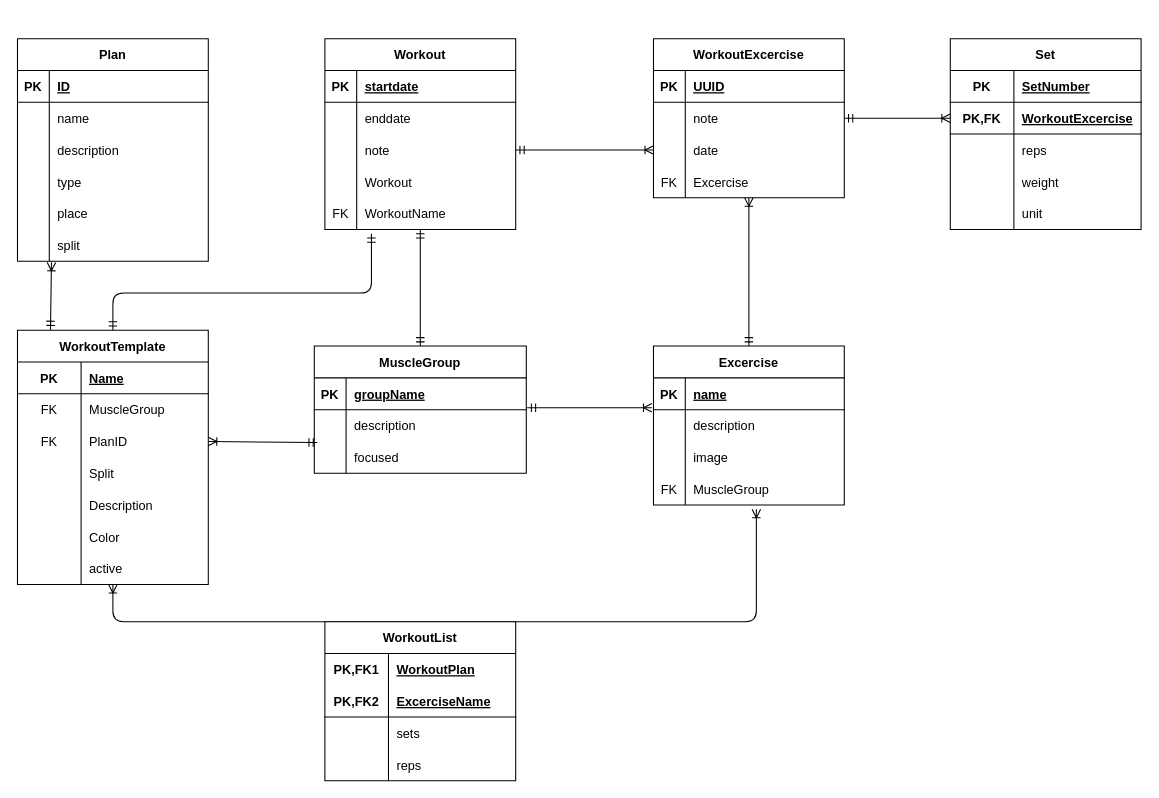
Patsch36/SweatFlix keeps this draw.io diagram as documentation/erm.drawio. Above is the earlier version. Source tidied: cells renumbered, new cells numbered last; positions are measured from the earlier drawing's top-left corner, leaving out a move shared by most shapes. Both pictures are drawn from the tidied source at 106%, with x=0, y=0 at pixel (17, 38).
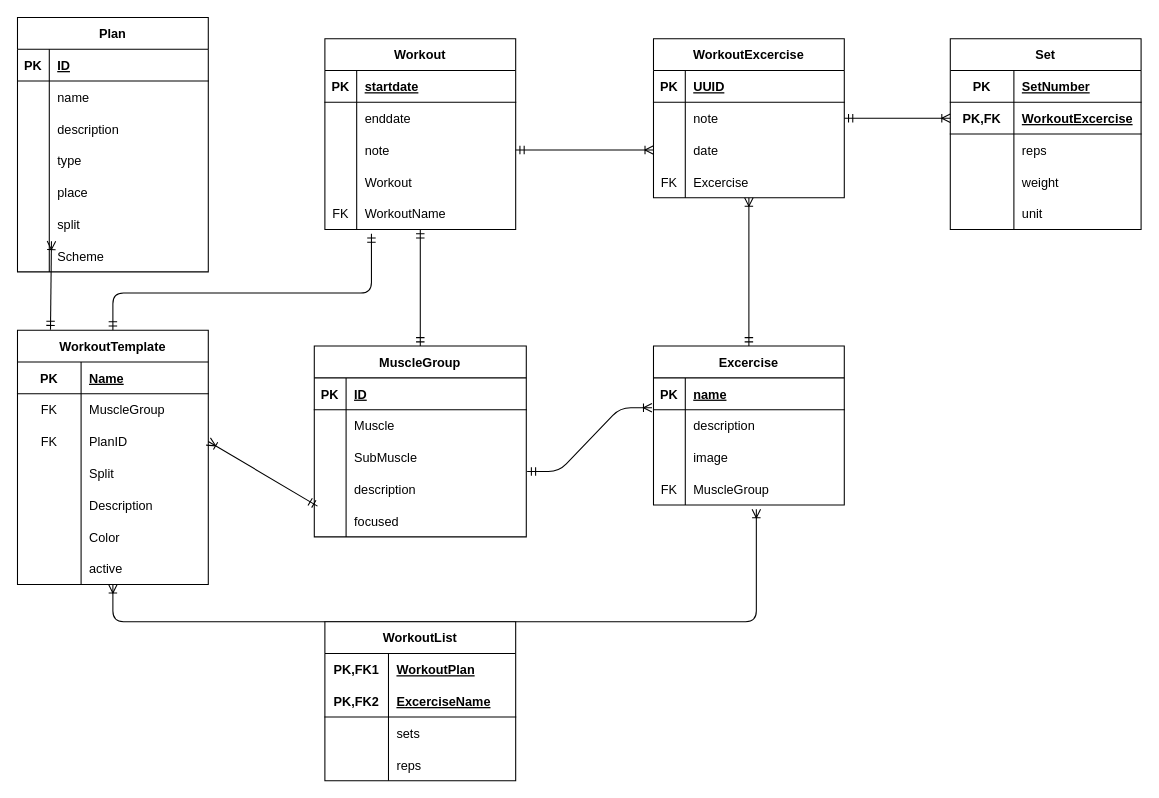
After the change.

The change refers to these unchanged cells:
```xml
<mxCell id="41" style="shape=tableRow;horizontal=0;startSize=0;swimlaneHead=0;swimlaneBody=0;fillColor=none;top=0;left=0;right=0;bottom=1;" parent="40" vertex="1">
  <mxGeometry y="30" width="200" height="30" as="geometry" />
</mxCell>
```

The edit, as a diff of the source:
```diff
@@
     <mxCell id="4" value="Plan" style="shape=table;startSize=30;childLayout=tableLayout;rowLines=0;fontStyle=1;align=center;" parent="1" vertex="1">
-      <mxGeometry width="180" height="210" as="geometry" />
+      <mxGeometry y="-20" width="180" height="240" as="geometry" />
     </mxCell>
@@
+    <mxCell id="135" style="shape=tableRow;horizontal=0;startSize=0;swimlaneHead=0;swimlaneBody=0;fillColor=none;top=0;left=0;right=0;bottom=0;" parent="4" vertex="1">
+      <mxGeometry y="210" width="180" height="30" as="geometry" />
+    </mxCell>
+    <mxCell id="136" style="shape=partialRectangle;fillColor=none;top=0;left=0;bottom=0;right=0;overflow=hidden;" parent="135" vertex="1">
+      <mxGeometry width="30" height="30" as="geometry" />
+    </mxCell>
+    <mxCell id="137" value="Scheme" style="shape=partialRectangle;fillColor=none;top=0;left=0;bottom=0;right=0;align=left;spacingLeft=6;overflow=hidden;" parent="135" vertex="1">
+      <mxGeometry x="30" width="150" height="30" as="geometry" />
+    </mxCell>
@@
     <mxCell id="40" value="MuscleGroup" style="shape=table;startSize=30;childLayout=tableLayout;rowLines=0;fontStyle=1;align=center;" parent="1" vertex="1">
-      <mxGeometry x="280" y="290" width="200" height="120" as="geometry" />
+      <mxGeometry x="280" y="290" width="200" height="180" as="geometry" />
     </mxCell>
@@
-    <mxCell id="43" value="groupName" style="shape=partialRectangle;fillColor=none;top=0;left=0;bottom=0;right=0;align=left;spacingLeft=6;fontStyle=5;overflow=hidden;" parent="41" vertex="1">
+    <mxCell id="43" value="ID" style="shape=partialRectangle;fillColor=none;top=0;left=0;bottom=0;right=0;align=left;spacingLeft=6;fontStyle=5;overflow=hidden;" parent="41" vertex="1">
       <mxGeometry x="30" width="170" height="30" as="geometry" />
     </mxCell>
+    <mxCell id="138" style="shape=tableRow;horizontal=0;startSize=0;swimlaneHead=0;swimlaneBody=0;fillColor=none;top=0;left=0;right=0;bottom=0;" parent="40" vertex="1">
+      <mxGeometry y="60" width="200" height="30" as="geometry" />
+    </mxCell>
+    <mxCell id="139" style="shape=partialRectangle;fillColor=none;top=0;left=0;bottom=0;right=0;overflow=hidden;" parent="138" vertex="1">
+      <mxGeometry width="30" height="30" as="geometry" />
+    </mxCell>
+    <mxCell id="140" value="Muscle" style="shape=partialRectangle;fillColor=none;top=0;left=0;bottom=0;right=0;align=left;spacingLeft=6;overflow=hidden;" parent="138" vertex="1">
+      <mxGeometry x="30" width="170" height="30" as="geometry" />
+    </mxCell>
+    <mxCell id="141" style="shape=tableRow;horizontal=0;startSize=0;swimlaneHead=0;swimlaneBody=0;fillColor=none;top=0;left=0;right=0;bottom=0;" parent="40" vertex="1">
+      <mxGeometry y="90" width="200" height="30" as="geometry" />
+    </mxCell>
+    <mxCell id="142" style="shape=partialRectangle;fillColor=none;top=0;left=0;bottom=0;right=0;overflow=hidden;" parent="141" vertex="1">
+      <mxGeometry width="30" height="30" as="geometry" />
+    </mxCell>
+    <mxCell id="143" value="SubMuscle" style="shape=partialRectangle;fillColor=none;top=0;left=0;bottom=0;right=0;align=left;spacingLeft=6;overflow=hidden;" parent="141" vertex="1">
+      <mxGeometry x="30" width="170" height="30" as="geometry" />
+    </mxCell>
     <mxCell id="44" style="shape=tableRow;horizontal=0;startSize=0;swimlaneHead=0;swimlaneBody=0;fillColor=none;points=[[0,0.5],[1,0.5]];portConstraint=eastwest;top=0;left=0;right=0;bottom=0;" parent="40" vertex="1">
-      <mxGeometry y="60" width="200" height="30" as="geometry" />
+      <mxGeometry y="120" width="200" height="30" as="geometry" />
     </mxCell>
@@
     <mxCell id="47" style="shape=tableRow;horizontal=0;startSize=0;swimlaneHead=0;swimlaneBody=0;fillColor=none;points=[[0,0.5],[1,0.5]];portConstraint=eastwest;top=0;left=0;right=0;bottom=0;" parent="40" vertex="1">
-      <mxGeometry y="90" width="200" height="30" as="geometry" />
+      <mxGeometry y="150" width="200" height="30" as="geometry" />
     </mxCell>
```
